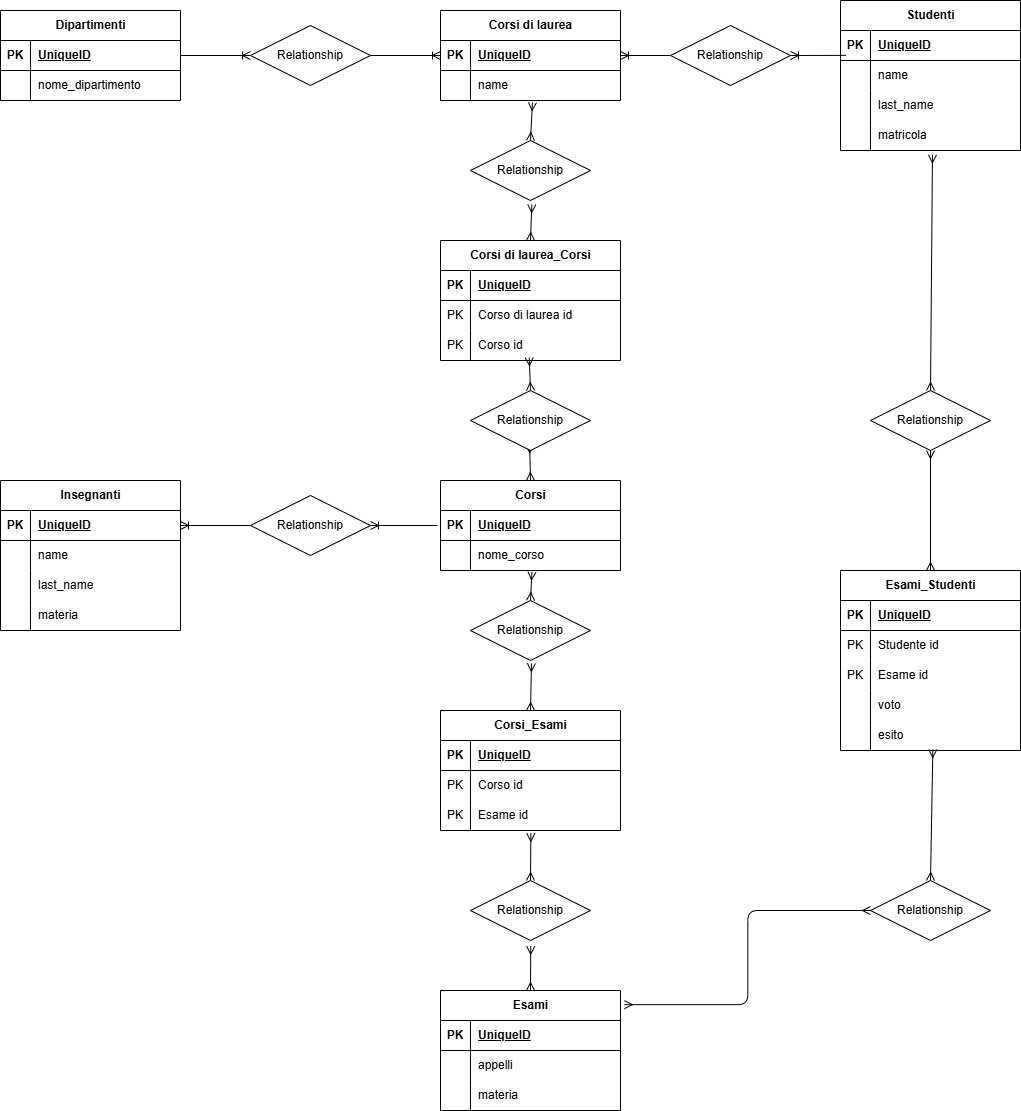
Before: schema.png, a diagram exported from draw.io (antoniofalletta2000/db-university). Source tidied: cells renumbered, new cells last; positions are measured from the earlier drawing's top-left corner, leaving out a move shared by most shapes.
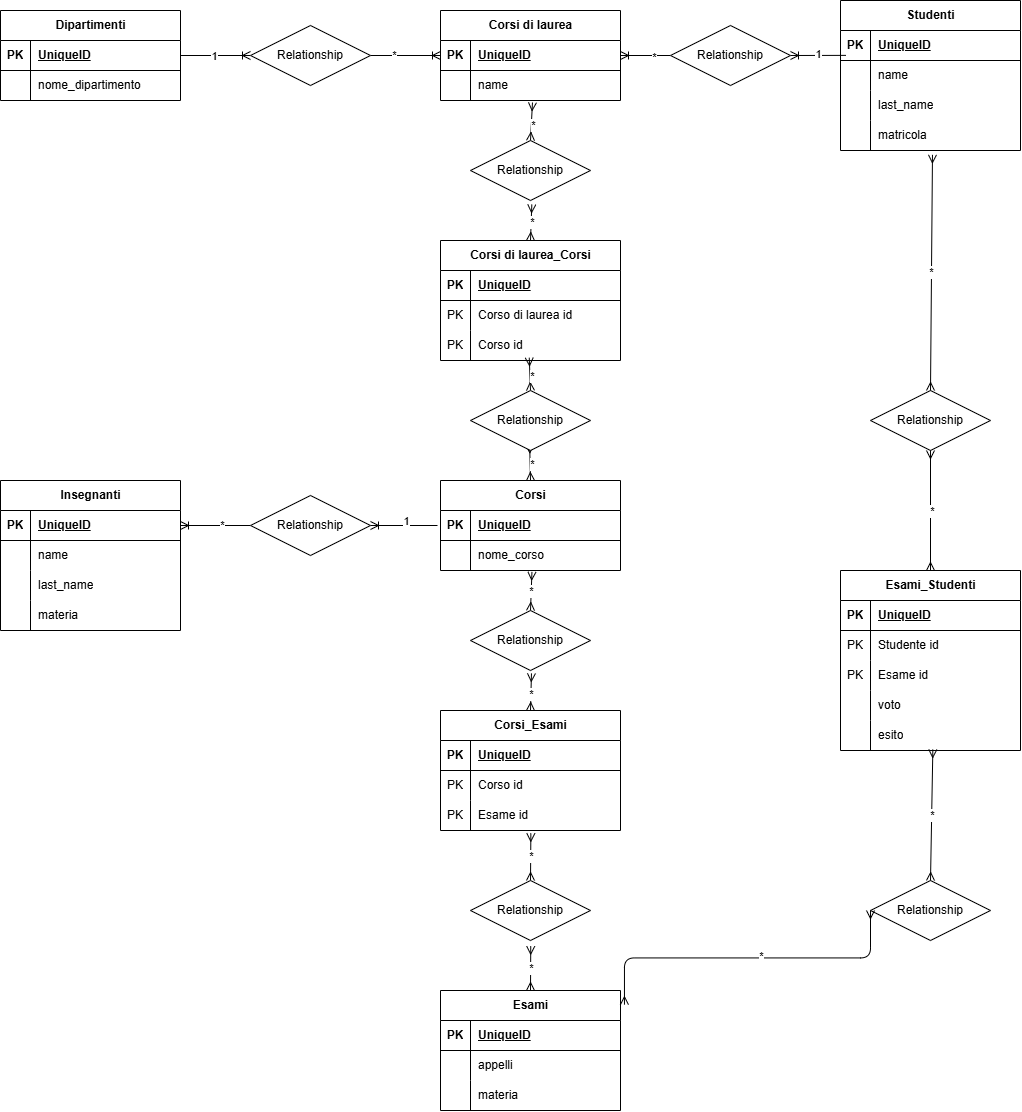
Later version of the same file.

Change to the diagram source:
```diff
@@ -47,9 +47,15 @@
     <mxCell id="16" style="fontSize=12;html=1;endArrow=ERoneToMany;exitX=1;exitY=0.5;exitDx=0;exitDy=0;entryX=0;entryY=0.5;entryDx=0;entryDy=0;" parent="1" edge="1" source="18" target="10">
       <mxGeometry relative="1" as="geometry" />
     </mxCell>
+    <mxCell id="122" value="*" style="edgeLabel;html=1;align=center;verticalAlign=middle;" parent="16" vertex="1">
+      <mxGeometry x="-0.37" y="1" relative="1" as="geometry" />
+    </mxCell>
     <mxCell id="17" style="fontSize=12;html=1;endArrow=ERoneToMany;exitX=1;exitY=0.5;exitDx=0;exitDy=0;entryX=0;entryY=0.5;entryDx=0;entryDy=0;" parent="1" edge="1" source="3" target="18">
       <mxGeometry relative="1" as="geometry" />
     </mxCell>
+    <mxCell id="123" value="1" style="edgeLabel;html=1;align=center;verticalAlign=middle;" parent="17" vertex="1">
+      <mxGeometry x="-0.08" relative="1" as="geometry" />
+    </mxCell>
     <mxCell id="18" value="Relationship" style="shape=rhombus;perimeter=rhombusPerimeter;whiteSpace=wrap;html=1;align=center;" parent="1" vertex="1">
       <mxGeometry x="250" y="25" width="120" height="60" as="geometry" />
     </mxCell>
@@ -107,18 +113,30 @@
     <mxCell id="36" style="fontSize=12;html=1;endArrow=ERmany;startArrow=ERmany;entryX=0.511;entryY=1.067;entryDx=0;entryDy=0;entryPerimeter=0;exitX=0.5;exitY=0;exitDx=0;exitDy=0;" parent="1" edge="1" source="41" target="13">
       <mxGeometry relative="1" as="geometry" />
     </mxCell>
+    <mxCell id="124" value="*" style="edgeLabel;html=1;align=center;verticalAlign=middle;" parent="36" vertex="1">
+      <mxGeometry x="-0.17" y="-1" relative="1" as="geometry" />
+    </mxCell>
     <mxCell id="37" style="fontSize=12;html=1;endArrow=ERmany;startArrow=ERmany;exitX=0.5;exitY=0;exitDx=0;exitDy=0;entryX=0.493;entryY=0.907;entryDx=0;entryDy=0;entryPerimeter=0;" parent="1" edge="1" source="39" target="33">
       <mxGeometry relative="1" as="geometry" />
     </mxCell>
+    <mxCell id="125" value="*" style="edgeLabel;html=1;align=center;verticalAlign=middle;" parent="37" vertex="1">
+      <mxGeometry x="-0.11" y="-2" relative="1" as="geometry" />
+    </mxCell>
     <mxCell id="38" style="fontSize=12;html=1;endArrow=ERmany;startArrow=ERmany;exitX=0.5;exitY=0;exitDx=0;exitDy=0;entryX=0.493;entryY=0.907;entryDx=0;entryDy=0;entryPerimeter=0;" parent="1" edge="1" source="19" target="39">
       <mxGeometry relative="1" as="geometry" />
     </mxCell>
+    <mxCell id="126" value="*" style="edgeLabel;html=1;align=center;verticalAlign=middle;" parent="38" vertex="1">
+      <mxGeometry x="-0.04" y="-2" relative="1" as="geometry" />
+    </mxCell>
     <mxCell id="39" value="Relationship" style="shape=rhombus;perimeter=rhombusPerimeter;whiteSpace=wrap;html=1;align=center;" parent="1" vertex="1">
       <mxGeometry x="470" y="390" width="120" height="60" as="geometry" />
     </mxCell>
     <mxCell id="40" style="fontSize=12;html=1;endArrow=ERmany;startArrow=ERmany;entryX=0.511;entryY=1.067;entryDx=0;entryDy=0;entryPerimeter=0;exitX=0.5;exitY=0;exitDx=0;exitDy=0;" parent="1" edge="1" source="26" target="41">
       <mxGeometry relative="1" as="geometry" />
     </mxCell>
+    <mxCell id="127" value="*" style="edgeLabel;html=1;align=center;verticalAlign=middle;" parent="40" vertex="1">
+      <mxGeometry y="-1" relative="1" as="geometry" />
+    </mxCell>
     <mxCell id="41" value="Relationship" style="shape=rhombus;perimeter=rhombusPerimeter;whiteSpace=wrap;html=1;align=center;" parent="1" vertex="1">
       <mxGeometry x="470" y="140" width="120" height="60" as="geometry" />
     </mxCell>
@@ -164,11 +182,20 @@
     <mxCell id="55" style="fontSize=12;html=1;endArrow=ERoneToMany;entryX=1;entryY=0.5;entryDx=0;entryDy=0;exitX=0;exitY=0.5;exitDx=0;exitDy=0;" parent="1" edge="1" source="57" target="43">
       <mxGeometry relative="1" as="geometry" />
     </mxCell>
+    <mxCell id="128" value="*" style="edgeLabel;html=1;align=center;verticalAlign=middle;" parent="55" vertex="1">
+      <mxGeometry x="-0.2" y="-1" relative="1" as="geometry" />
+    </mxCell>
     <mxCell id="56" style="fontSize=12;html=1;endArrow=ERoneToMany;entryX=1;entryY=0.5;entryDx=0;entryDy=0;" parent="1" edge="1" target="57">
       <mxGeometry relative="1" as="geometry">
         <mxPoint x="437" y="525" as="sourcePoint" />
       </mxGeometry>
     </mxCell>
+    <mxCell id="129" value="*" style="edgeLabel;html=1;align=center;verticalAlign=middle;" parent="56" vertex="1">
+      <mxGeometry x="-0.05" y="-3" relative="1" as="geometry" />
+    </mxCell>
+    <mxCell id="130" value="1" style="edgeLabel;html=1;align=center;verticalAlign=middle;" parent="56" vertex="1">
+      <mxGeometry x="-0.06" y="-5" relative="1" as="geometry" />
+    </mxCell>
     <mxCell id="57" value="Relationship" style="shape=rhombus;perimeter=rhombusPerimeter;whiteSpace=wrap;html=1;align=center;" parent="1" vertex="1">
       <mxGeometry x="250" y="495" width="120" height="60" as="geometry" />
     </mxCell>
@@ -235,18 +262,30 @@
     <mxCell id="78" style="fontSize=12;html=1;endArrow=ERmany;startArrow=ERmany;entryX=0.502;entryY=1.095;entryDx=0;entryDy=0;entryPerimeter=0;exitX=0.5;exitY=0;exitDx=0;exitDy=0;" parent="1" edge="1" source="83" target="65">
       <mxGeometry relative="1" as="geometry" />
     </mxCell>
+    <mxCell id="131" value="*" style="edgeLabel;html=1;align=center;verticalAlign=middle;" parent="78" vertex="1">
+      <mxGeometry x="0.05" relative="1" as="geometry" />
+    </mxCell>
     <mxCell id="79" style="fontSize=12;html=1;endArrow=ERmany;startArrow=ERmany;entryX=0.508;entryY=1.048;entryDx=0;entryDy=0;entryPerimeter=0;exitX=0.5;exitY=0;exitDx=0;exitDy=0;" parent="1" edge="1" source="81" target="23">
       <mxGeometry relative="1" as="geometry" />
     </mxCell>
+    <mxCell id="132" value="*" style="edgeLabel;html=1;align=center;verticalAlign=middle;" parent="79" vertex="1">
+      <mxGeometry x="0.02" relative="1" as="geometry" />
+    </mxCell>
     <mxCell id="80" style="fontSize=12;html=1;endArrow=ERmany;startArrow=ERmany;entryX=0.508;entryY=1.048;entryDx=0;entryDy=0;entryPerimeter=0;exitX=0.5;exitY=0;exitDx=0;exitDy=0;" parent="1" edge="1" source="58" target="81">
       <mxGeometry relative="1" as="geometry" />
     </mxCell>
+    <mxCell id="133" value="*" style="edgeLabel;html=1;align=center;verticalAlign=middle;" parent="80" vertex="1">
+      <mxGeometry x="-0.1" relative="1" as="geometry" />
+    </mxCell>
     <mxCell id="81" value="Relationship" style="shape=rhombus;perimeter=rhombusPerimeter;whiteSpace=wrap;html=1;align=center;" parent="1" vertex="1">
-      <mxGeometry x="470" y="600" width="120" height="60" as="geometry" />
+      <mxGeometry x="470" y="610" width="120" height="60" as="geometry" />
     </mxCell>
     <mxCell id="82" style="fontSize=12;html=1;endArrow=ERmany;startArrow=ERmany;entryX=0.502;entryY=1.095;entryDx=0;entryDy=0;entryPerimeter=0;exitX=0.5;exitY=0;exitDx=0;exitDy=0;" parent="1" edge="1" source="68" target="83">
       <mxGeometry relative="1" as="geometry" />
     </mxCell>
+    <mxCell id="134" value="*" style="edgeLabel;html=1;align=center;verticalAlign=middle;" parent="82" vertex="1">
+      <mxGeometry x="0.05" relative="1" as="geometry" />
+    </mxCell>
     <mxCell id="83" value="Relationship" style="shape=rhombus;perimeter=rhombusPerimeter;whiteSpace=wrap;html=1;align=center;" parent="1" vertex="1">
       <mxGeometry x="470" y="880" width="120" height="60" as="geometry" />
     </mxCell>
@@ -292,9 +331,15 @@
     <mxCell id="97" style="fontSize=12;html=1;endArrow=ERoneToMany;exitX=0;exitY=0.5;exitDx=0;exitDy=0;entryX=1;entryY=0.5;entryDx=0;entryDy=0;" parent="1" edge="1" source="99" target="10">
       <mxGeometry relative="1" as="geometry" />
     </mxCell>
+    <mxCell id="135" value="*" style="edgeLabel;html=1;align=center;verticalAlign=middle;" parent="97" vertex="1">
+      <mxGeometry x="-0.31" y="1" relative="1" as="geometry" />
+    </mxCell>
     <mxCell id="98" style="fontSize=12;html=1;endArrow=ERoneToMany;entryX=1;entryY=0.5;entryDx=0;entryDy=0;exitX=0.03;exitY=0.829;exitDx=0;exitDy=0;exitPerimeter=0;" parent="1" edge="1" source="85" target="99">
       <mxGeometry relative="1" as="geometry" />
     </mxCell>
+    <mxCell id="136" value="1" style="edgeLabel;html=1;align=center;verticalAlign=middle;" parent="98" vertex="1">
+      <mxGeometry x="0.01" y="-2" relative="1" as="geometry" />
+    </mxCell>
     <mxCell id="99" value="Relationship" style="shape=rhombus;perimeter=rhombusPerimeter;whiteSpace=wrap;html=1;align=center;" parent="1" vertex="1">
       <mxGeometry x="670" y="25" width="120" height="60" as="geometry" />
     </mxCell>
@@ -352,17 +397,29 @@
     <mxCell id="117" value="Relationship" style="shape=rhombus;perimeter=rhombusPerimeter;whiteSpace=wrap;html=1;align=center;" parent="1" vertex="1">
       <mxGeometry x="870" y="390" width="120" height="60" as="geometry" />
     </mxCell>
-    <mxCell id="118" style="edgeStyle=elbowEdgeStyle;fontSize=12;html=1;endArrow=ERmany;startArrow=ERmany;exitX=1.022;exitY=0.118;exitDx=0;exitDy=0;exitPerimeter=0;entryX=0;entryY=0.5;entryDx=0;entryDy=0;" parent="1" edge="1" source="68" target="116">
+    <mxCell id="118" style="edgeStyle=elbowEdgeStyle;fontSize=12;html=1;endArrow=ERmany;startArrow=ERmany;exitX=1.022;exitY=0.118;exitDx=0;exitDy=0;exitPerimeter=0;entryX=0;entryY=0.5;entryDx=0;entryDy=0;elbow=vertical;" parent="1" edge="1" source="68" target="116">
       <mxGeometry relative="1" as="geometry" />
     </mxCell>
+    <mxCell id="137" value="*" style="edgeLabel;html=1;align=center;verticalAlign=middle;" parent="118" vertex="1">
+      <mxGeometry x="0.08" y="2" relative="1" as="geometry" />
+    </mxCell>
     <mxCell id="119" style="fontSize=12;html=1;endArrow=ERmany;startArrow=ERmany;exitX=0.5;exitY=0;exitDx=0;exitDy=0;entryX=0.513;entryY=0.967;entryDx=0;entryDy=0;entryPerimeter=0;" parent="1" edge="1" source="116" target="113">
       <mxGeometry relative="1" as="geometry" />
     </mxCell>
+    <mxCell id="138" value="*" style="edgeLabel;html=1;align=center;verticalAlign=middle;" parent="119" vertex="1">
+      <mxGeometry relative="1" as="geometry" />
+    </mxCell>
     <mxCell id="120" style="fontSize=12;html=1;endArrow=ERmany;startArrow=ERmany;entryX=0.5;entryY=1;entryDx=0;entryDy=0;exitX=0.5;exitY=0;exitDx=0;exitDy=0;" parent="1" edge="1" source="100" target="117">
       <mxGeometry relative="1" as="geometry" />
     </mxCell>
+    <mxCell id="139" value="*" style="edgeLabel;html=1;align=center;verticalAlign=middle;" parent="120" vertex="1">
+      <mxGeometry x="0.01" y="-1" relative="1" as="geometry" />
+    </mxCell>
     <mxCell id="121" style="fontSize=12;html=1;endArrow=ERmany;startArrow=ERmany;exitX=0.5;exitY=0;exitDx=0;exitDy=0;entryX=0.511;entryY=1.144;entryDx=0;entryDy=0;entryPerimeter=0;" parent="1" edge="1" source="117" target="94">
       <mxGeometry relative="1" as="geometry" />
     </mxCell>
+    <mxCell id="140" value="*" style="edgeLabel;html=1;align=center;verticalAlign=middle;" parent="121" vertex="1">
+      <mxGeometry x="0.01" y="1" relative="1" as="geometry" />
+    </mxCell>
   </root>
 </mxGraphModel>
```
